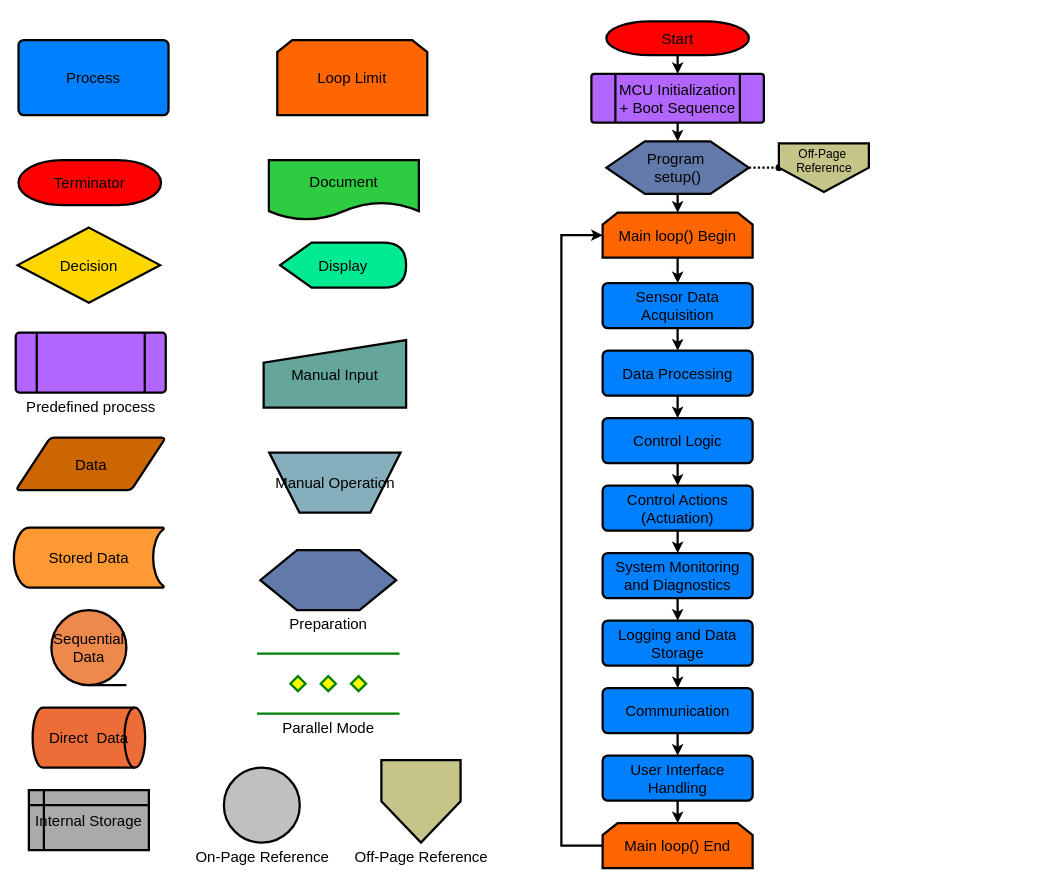
Earlier version of the draw.io diagram software/main/Press_Software_Flow_Diagram.drawio (uwo-fast/desktop-sheet-press). Source tidied: cells renumbered, new cells numbered last; positions are measured from the earlier drawing's top-left corner, leaving out a move shared by most shapes. Both pictures are drawn from the tidied source at 75%, with x=0, y=0 at pixel (14, 21).
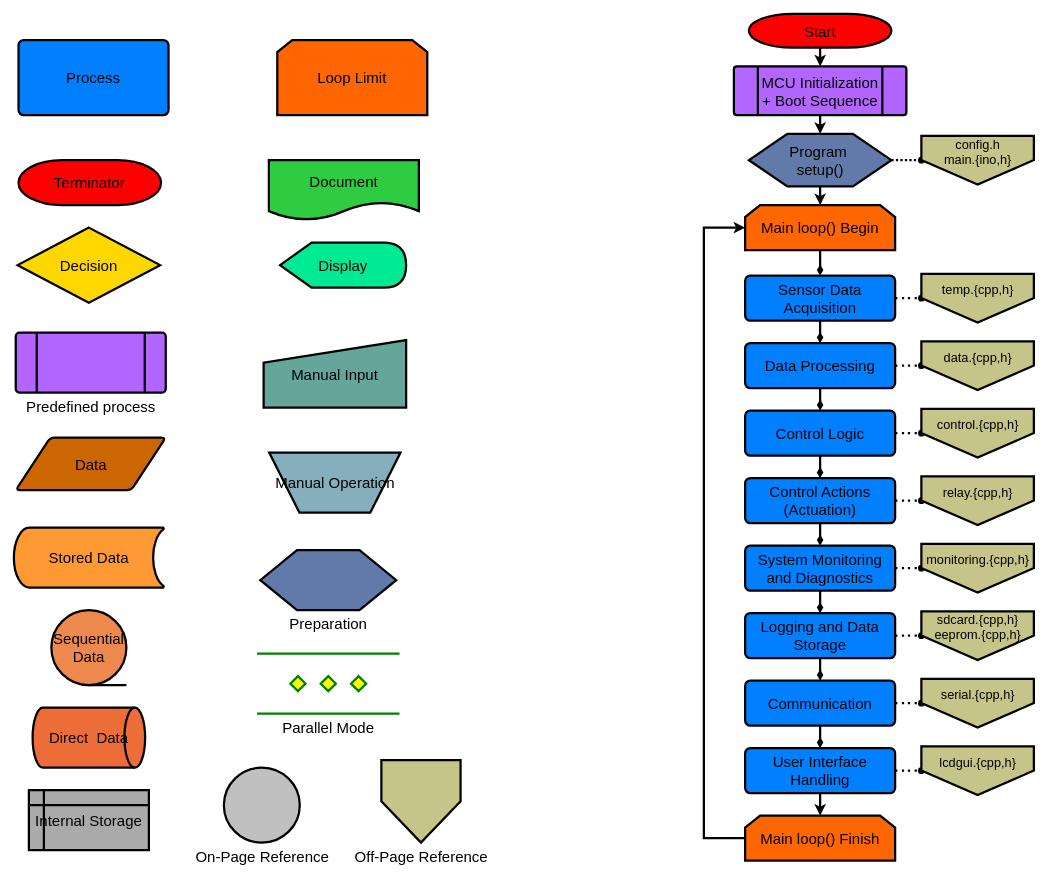
After the change.

What changed in the source:
```diff
@@
     <mxCell id="20" value="Start" style="strokeWidth=3;html=1;shape=mxgraph.flowchart.terminator;whiteSpace=wrap;fillColor=#ff0000;fillStyle=auto;fontSize=20;" parent="1" vertex="1">
-      <mxGeometry x="790" width="190" height="45" as="geometry" />
+      <mxGeometry x="980" y="-10" width="190" height="45" as="geometry" />
     </mxCell>
@@
     <mxCell id="22" value="MCU Initialization + Boot Sequence" style="verticalLabelPosition=middle;verticalAlign=middle;html=1;shape=process;whiteSpace=wrap;rounded=1;size=0.14;arcSize=6;fillColor=#B266FF;fontSize=20;strokeWidth=3;labelPosition=center;align=center;" parent="1" vertex="1">
-      <mxGeometry x="770" y="70" width="230" height="65" as="geometry" />
+      <mxGeometry x="960" y="60" width="230" height="65" as="geometry" />
     </mxCell>
@@
-    <mxCell id="24" style="edgeStyle=orthogonalEdgeStyle;rounded=0;jettySize=auto;html=1;strokeWidth=3;" parent="1" edge="1" source="25" target="29">
+    <mxCell id="24" style="edgeStyle=orthogonalEdgeStyle;rounded=0;jettySize=auto;html=1;strokeWidth=3;endArrow=diamondThin;endFill=1;" parent="1" edge="1" source="25" target="29">
       <mxGeometry relative="1" as="geometry" />
     </mxCell>
     <mxCell id="25" value="Main loop() Begin" style="shape=loopLimit;whiteSpace=wrap;html=1;fillColor=#ff6600;fontSize=20;strokeWidth=3;" parent="1" vertex="1">
-      <mxGeometry x="785" y="255" width="200" height="60" as="geometry" />
+      <mxGeometry x="975" y="245" width="200" height="60" as="geometry" />
     </mxCell>
     <mxCell id="26" style="edgeStyle=elbowEdgeStyle;rounded=0;jettySize=auto;html=1;entryX=0;entryY=0.5;entryDx=0;entryDy=0;exitX=0;exitY=0.5;exitDx=0;exitDy=0;strokeWidth=3;" parent="1" edge="1" source="27" target="25">
       <mxGeometry relative="1" as="geometry">
         <Array as="points">
-          <mxPoint x="730" y="689" />
+          <mxPoint x="920" y="679" />
         </Array>
       </mxGeometry>
     </mxCell>
-    <mxCell id="27" value="Main loop() End" style="shape=loopLimit;whiteSpace=wrap;html=1;fillColor=#ff6600;fontSize=20;strokeWidth=3;" parent="1" vertex="1">
-      <mxGeometry x="785" y="1069" width="200" height="60" as="geometry" />
+    <mxCell id="27" value="Main loop() Finish" style="shape=loopLimit;whiteSpace=wrap;html=1;fillColor=#ff6600;fontSize=20;strokeWidth=3;" parent="1" vertex="1">
+      <mxGeometry x="975" y="1059" width="200" height="60" as="geometry" />
     </mxCell>
-    <mxCell id="28" style="edgeStyle=orthogonalEdgeStyle;rounded=0;jettySize=auto;html=1;strokeWidth=3;" parent="1" edge="1" source="29" target="34">
+    <mxCell id="28" style="edgeStyle=orthogonalEdgeStyle;rounded=0;jettySize=auto;html=1;strokeWidth=3;endArrow=diamondThin;endFill=1;" parent="1" edge="1" source="29" target="34">
       <mxGeometry relative="1" as="geometry" />
     </mxCell>
+    <mxCell id="48" style="edgeStyle=orthogonalEdgeStyle;rounded=0;jettySize=auto;html=1;endArrow=oval;endFill=1;strokeWidth=3;dashed=1;dashPattern=1 2;" parent="1" edge="1" source="29" target="56">
+      <mxGeometry relative="1" as="geometry" />
+    </mxCell>
     <mxCell id="29" value="Sensor Data Acquisition" style="rounded=1;whiteSpace=wrap;html=1;absoluteArcSize=1;arcSize=14;strokeWidth=3;fillColor=#0080ff;fontSize=20;" parent="1" vertex="1">
-      <mxGeometry x="785" y="349" width="200" height="60" as="geometry" />
+      <mxGeometry x="975" y="339" width="200" height="60" as="geometry" />
     </mxCell>
@@
-    <mxCell id="32" value="&lt;div&gt;Program&amp;nbsp;&lt;/div&gt;&lt;div&gt;setup()&lt;/div&gt;" style="verticalLabelPosition=middle;verticalAlign=middle;html=1;shape=hexagon;perimeter=hexagonPerimeter2;arcSize=6;size=0.27;fillColor=#617aa9;fontSize=20;strokeWidth=3;labelPosition=center;align=center;" parent="1" vertex="1">
-      <mxGeometry x="790" y="160" width="190" height="70" as="geometry" />
+    <mxCell id="32" value="&lt;div&gt;Program&amp;nbsp;&lt;/div&gt;&lt;div&gt;setup()&lt;br&gt;&lt;/div&gt;" style="verticalLabelPosition=middle;verticalAlign=middle;html=1;shape=hexagon;perimeter=hexagonPerimeter2;arcSize=6;size=0.27;fillColor=#617aa9;fontSize=20;strokeWidth=3;labelPosition=center;align=center;" parent="1" vertex="1">
+      <mxGeometry x="980" y="150" width="190" height="70" as="geometry" />
     </mxCell>
-    <mxCell id="33" style="edgeStyle=orthogonalEdgeStyle;rounded=0;jettySize=auto;html=1;strokeWidth=3;" parent="1" edge="1" source="34" target="36">
+    <mxCell id="33" style="edgeStyle=orthogonalEdgeStyle;rounded=0;jettySize=auto;html=1;strokeWidth=3;endArrow=diamondThin;endFill=1;" parent="1" edge="1" source="34" target="36">
       <mxGeometry relative="1" as="geometry" />
     </mxCell>
+    <mxCell id="49" style="edgeStyle=orthogonalEdgeStyle;rounded=0;jettySize=auto;html=1;strokeWidth=3;dashed=1;dashPattern=1 2;endArrow=oval;endFill=1;" parent="1" edge="1" source="34" target="57">
+      <mxGeometry relative="1" as="geometry" />
+    </mxCell>
     <mxCell id="34" value="Data Processing" style="rounded=1;whiteSpace=wrap;html=1;absoluteArcSize=1;arcSize=14;strokeWidth=3;fillColor=#0080ff;fontSize=20;" parent="1" vertex="1">
-      <mxGeometry x="785" y="439" width="200" height="60" as="geometry" />
+      <mxGeometry x="975" y="429" width="200" height="60" as="geometry" />
     </mxCell>
-    <mxCell id="35" style="edgeStyle=orthogonalEdgeStyle;rounded=0;jettySize=auto;html=1;strokeWidth=3;" parent="1" edge="1" source="36" target="38">
+    <mxCell id="35" style="edgeStyle=orthogonalEdgeStyle;rounded=0;jettySize=auto;html=1;strokeWidth=3;endArrow=diamondThin;endFill=1;" parent="1" edge="1" source="36" target="38">
       <mxGeometry relative="1" as="geometry" />
     </mxCell>
+    <mxCell id="50" style="edgeStyle=orthogonalEdgeStyle;rounded=0;jettySize=auto;html=1;strokeWidth=3;dashed=1;dashPattern=1 2;endArrow=oval;endFill=1;" parent="1" edge="1" source="36" target="58">
+      <mxGeometry relative="1" as="geometry" />
+    </mxCell>
     <mxCell id="36" value="Control Logic" style="rounded=1;whiteSpace=wrap;html=1;absoluteArcSize=1;arcSize=14;strokeWidth=3;fillColor=#0080ff;fontSize=20;" parent="1" vertex="1">
-      <mxGeometry x="785" y="529" width="200" height="60" as="geometry" />
+      <mxGeometry x="975" y="519" width="200" height="60" as="geometry" />
     </mxCell>
-    <mxCell id="37" style="edgeStyle=orthogonalEdgeStyle;rounded=0;jettySize=auto;html=1;entryX=0.5;entryY=0;entryDx=0;entryDy=0;strokeWidth=3;" parent="1" edge="1" source="38" target="40">
+    <mxCell id="37" style="edgeStyle=orthogonalEdgeStyle;rounded=0;jettySize=auto;html=1;entryX=0.5;entryY=0;entryDx=0;entryDy=0;strokeWidth=3;endArrow=diamondThin;endFill=1;" parent="1" edge="1" source="38" target="40">
       <mxGeometry relative="1" as="geometry" />
     </mxCell>
+    <mxCell id="51" style="edgeStyle=orthogonalEdgeStyle;rounded=0;jettySize=auto;html=1;strokeWidth=3;dashed=1;dashPattern=1 2;endArrow=oval;endFill=1;" parent="1" edge="1" source="38" target="59">
+      <mxGeometry relative="1" as="geometry" />
+    </mxCell>
     <mxCell id="38" value="Control Actions (Actuation)" style="rounded=1;whiteSpace=wrap;html=1;absoluteArcSize=1;arcSize=14;strokeWidth=3;fillColor=#0080ff;fontSize=20;" parent="1" vertex="1">
-      <mxGeometry x="785" y="619" width="200" height="60" as="geometry" />
+      <mxGeometry x="975" y="609" width="200" height="60" as="geometry" />
     </mxCell>
-    <mxCell id="39" style="edgeStyle=orthogonalEdgeStyle;rounded=0;jettySize=auto;html=1;entryX=0.5;entryY=0;entryDx=0;entryDy=0;strokeWidth=3;" parent="1" edge="1" source="40" target="42">
+    <mxCell id="39" style="edgeStyle=orthogonalEdgeStyle;rounded=0;jettySize=auto;html=1;entryX=0.5;entryY=0;entryDx=0;entryDy=0;strokeWidth=3;endArrow=diamondThin;endFill=1;" parent="1" edge="1" source="40" target="42">
       <mxGeometry relative="1" as="geometry" />
     </mxCell>
+    <mxCell id="52" style="edgeStyle=orthogonalEdgeStyle;rounded=0;jettySize=auto;html=1;strokeWidth=3;dashed=1;dashPattern=1 2;endArrow=oval;endFill=1;" parent="1" edge="1" source="40" target="60">
+      <mxGeometry relative="1" as="geometry" />
+    </mxCell>
     <mxCell id="40" value="System Monitoring and Diagnostics" style="rounded=1;whiteSpace=wrap;html=1;absoluteArcSize=1;arcSize=14;strokeWidth=3;fillColor=#0080ff;fontSize=20;" parent="1" vertex="1">
-      <mxGeometry x="785" y="709" width="200" height="60" as="geometry" />
+      <mxGeometry x="975" y="699" width="200" height="60" as="geometry" />
     </mxCell>
-    <mxCell id="41" style="edgeStyle=orthogonalEdgeStyle;rounded=0;jettySize=auto;html=1;entryX=0.5;entryY=0;entryDx=0;entryDy=0;strokeWidth=3;" parent="1" edge="1" source="42" target="44">
+    <mxCell id="41" style="edgeStyle=orthogonalEdgeStyle;rounded=0;jettySize=auto;html=1;entryX=0.5;entryY=0;entryDx=0;entryDy=0;strokeWidth=3;endArrow=diamondThin;endFill=1;" parent="1" edge="1" source="42" target="44">
       <mxGeometry relative="1" as="geometry" />
     </mxCell>
+    <mxCell id="53" style="edgeStyle=orthogonalEdgeStyle;rounded=0;jettySize=auto;html=1;strokeWidth=3;dashed=1;dashPattern=1 2;endArrow=oval;endFill=1;" parent="1" edge="1" source="42" target="61">
+      <mxGeometry relative="1" as="geometry" />
+    </mxCell>
     <mxCell id="42" value="Logging and Data Storage" style="rounded=1;whiteSpace=wrap;html=1;absoluteArcSize=1;arcSize=14;strokeWidth=3;fillColor=#0080ff;fontSize=20;" parent="1" vertex="1">
-      <mxGeometry x="785" y="799" width="200" height="60" as="geometry" />
+      <mxGeometry x="975" y="789" width="200" height="60" as="geometry" />
     </mxCell>
-    <mxCell id="43" style="edgeStyle=orthogonalEdgeStyle;rounded=0;jettySize=auto;html=1;strokeWidth=3;" parent="1" edge="1" source="44" target="46">
+    <mxCell id="43" style="edgeStyle=orthogonalEdgeStyle;rounded=0;jettySize=auto;html=1;strokeWidth=3;endArrow=diamondThin;endFill=1;" parent="1" edge="1" source="44" target="46">
       <mxGeometry relative="1" as="geometry" />
     </mxCell>
+    <mxCell id="54" style="edgeStyle=orthogonalEdgeStyle;rounded=0;jettySize=auto;html=1;strokeWidth=3;dashed=1;dashPattern=1 2;endArrow=oval;endFill=1;" parent="1" edge="1" source="44" target="62">
+      <mxGeometry relative="1" as="geometry" />
+    </mxCell>
     <mxCell id="44" value="Communication" style="rounded=1;whiteSpace=wrap;html=1;absoluteArcSize=1;arcSize=14;strokeWidth=3;fillColor=#0080ff;fontSize=20;" parent="1" vertex="1">
-      <mxGeometry x="785" y="889" width="200" height="60" as="geometry" />
+      <mxGeometry x="975" y="879" width="200" height="60" as="geometry" />
     </mxCell>
-    <mxCell id="45" style="edgeStyle=orthogonalEdgeStyle;rounded=0;jettySize=auto;html=1;strokeWidth=3;" parent="1" edge="1" source="46" target="27">
+    <mxCell id="45" style="edgeStyle=orthogonalEdgeStyle;rounded=0;jettySize=auto;html=1;strokeWidth=3;endArrow=classic;endFill=1;" parent="1" edge="1" source="46" target="27">
       <mxGeometry relative="1" as="geometry" />
     </mxCell>
+    <mxCell id="55" style="edgeStyle=orthogonalEdgeStyle;rounded=0;jettySize=auto;html=1;strokeWidth=3;dashed=1;dashPattern=1 2;endArrow=oval;endFill=1;" parent="1" edge="1" source="46" target="63">
+      <mxGeometry relative="1" as="geometry" />
+    </mxCell>
     <mxCell id="46" value="User Interface Handling" style="rounded=1;whiteSpace=wrap;html=1;absoluteArcSize=1;arcSize=14;strokeWidth=3;fillColor=#0080ff;fontSize=20;" parent="1" vertex="1">
-      <mxGeometry x="785" y="979" width="200" height="60" as="geometry" />
+      <mxGeometry x="975" y="969" width="200" height="60" as="geometry" />
     </mxCell>
-    <mxCell id="47" value="&lt;div style=&quot;font-size: 16px;&quot;&gt;&lt;font style=&quot;font-size: 16px;&quot;&gt;Off-Page&amp;nbsp;&lt;/font&gt;&lt;/div&gt;&lt;div style=&quot;font-size: 16px;&quot;&gt;&lt;font style=&quot;font-size: 16px;&quot;&gt;Reference&lt;/font&gt;&lt;/div&gt;&lt;div style=&quot;font-size: 16px;&quot;&gt;&lt;font style=&quot;font-size: 16px;&quot;&gt;&lt;br&gt;&lt;/font&gt;&lt;/div&gt;" style="verticalLabelPosition=middle;verticalAlign=middle;html=1;shape=offPageConnector;rounded=0;size=0.5;fillColor=#c5c589;fontSize=20;strokeWidth=3;labelPosition=center;align=center;" parent="1" vertex="1">
-      <mxGeometry x="1020" y="162.5" width="120" height="65" as="geometry" />
+    <mxCell id="47" value="&lt;div style=&quot;font-size: 17px;&quot;&gt;config.h&lt;br style=&quot;font-size: 17px;&quot;&gt;&lt;/div&gt;&lt;div style=&quot;font-size: 17px;&quot;&gt;main.{ino,h}&lt;/div&gt;&lt;div style=&quot;font-size: 17px;&quot;&gt;&lt;br style=&quot;font-size: 17px;&quot;&gt;&lt;/div&gt;" style="verticalLabelPosition=middle;verticalAlign=middle;html=1;shape=offPageConnector;rounded=0;size=0.5;fillColor=#c5c589;fontSize=17;strokeWidth=3;labelPosition=center;align=center;" parent="1" vertex="1">
+      <mxGeometry x="1210" y="152.5" width="150" height="65" as="geometry" />
     </mxCell>
+    <mxCell id="56" value="&lt;div style=&quot;font-size: 17px;&quot;&gt;temp.{cpp,h}&lt;/div&gt;&lt;div style=&quot;font-size: 17px;&quot;&gt;&lt;br style=&quot;font-size: 17px;&quot;&gt;&lt;/div&gt;" style="verticalLabelPosition=middle;verticalAlign=middle;html=1;shape=offPageConnector;rounded=0;size=0.5;fillColor=#c5c589;fontSize=17;strokeWidth=3;labelPosition=center;align=center;" parent="1" vertex="1">
+      <mxGeometry x="1210" y="336.5" width="150" height="65" as="geometry" />
+    </mxCell>
+    <mxCell id="57" value="&lt;div style=&quot;font-size: 17px;&quot;&gt;data.{cpp,h}&lt;/div&gt;&lt;div style=&quot;font-size: 17px;&quot;&gt;&lt;br style=&quot;font-size: 17px;&quot;&gt;&lt;/div&gt;" style="verticalLabelPosition=middle;verticalAlign=middle;html=1;shape=offPageConnector;rounded=0;size=0.5;fillColor=#c5c589;fontSize=17;strokeWidth=3;labelPosition=center;align=center;" parent="1" vertex="1">
+      <mxGeometry x="1210" y="426.5" width="150" height="65" as="geometry" />
+    </mxCell>
+    <mxCell id="58" value="&lt;div style=&quot;font-size: 17px;&quot;&gt;control.{cpp,h}&lt;/div&gt;&lt;div style=&quot;font-size: 17px;&quot;&gt;&lt;br style=&quot;font-size: 17px;&quot;&gt;&lt;/div&gt;" style="verticalLabelPosition=middle;verticalAlign=middle;html=1;shape=offPageConnector;rounded=0;size=0.5;fillColor=#c5c589;fontSize=17;strokeWidth=3;labelPosition=center;align=center;" parent="1" vertex="1">
+      <mxGeometry x="1210" y="516.5" width="150" height="65" as="geometry" />
+    </mxCell>
+    <mxCell id="59" value="&lt;div style=&quot;font-size: 17px;&quot;&gt;relay.{cpp,h}&lt;/div&gt;&lt;div style=&quot;font-size: 17px;&quot;&gt;&lt;br style=&quot;font-size: 17px;&quot;&gt;&lt;/div&gt;" style="verticalLabelPosition=middle;verticalAlign=middle;html=1;shape=offPageConnector;rounded=0;size=0.5;fillColor=#c5c589;fontSize=17;strokeWidth=3;labelPosition=center;align=center;" parent="1" vertex="1">
+      <mxGeometry x="1210" y="606.5" width="150" height="65" as="geometry" />
+    </mxCell>
+    <mxCell id="60" value="&lt;div style=&quot;font-size: 17px;&quot;&gt;monitoring.{cpp,h}&lt;/div&gt;&lt;div style=&quot;font-size: 17px;&quot;&gt;&lt;br style=&quot;font-size: 17px;&quot;&gt;&lt;/div&gt;" style="verticalLabelPosition=middle;verticalAlign=middle;html=1;shape=offPageConnector;rounded=0;size=0.5;fillColor=#c5c589;fontSize=17;strokeWidth=3;labelPosition=center;align=center;" parent="1" vertex="1">
+      <mxGeometry x="1210" y="696.5" width="150" height="65" as="geometry" />
+    </mxCell>
+    <mxCell id="61" value="&lt;div style=&quot;font-size: 17px;&quot;&gt;sdcard.{cpp,h}&lt;/div&gt;&lt;div style=&quot;font-size: 17px;&quot;&gt;eeprom.{cpp,h}&lt;/div&gt;&lt;div style=&quot;font-size: 17px;&quot;&gt;&lt;br style=&quot;font-size: 17px;&quot;&gt;&lt;/div&gt;" style="verticalLabelPosition=middle;verticalAlign=middle;html=1;shape=offPageConnector;rounded=0;size=0.5;fillColor=#c5c589;fontSize=17;strokeWidth=3;labelPosition=center;align=center;" parent="1" vertex="1">
+      <mxGeometry x="1210" y="786.5" width="150" height="65" as="geometry" />
+    </mxCell>
+    <mxCell id="62" value="&lt;div style=&quot;font-size: 17px;&quot;&gt;serial.{cpp,h}&lt;/div&gt;&lt;div style=&quot;font-size: 17px;&quot;&gt;&lt;br style=&quot;font-size: 17px;&quot;&gt;&lt;/div&gt;" style="verticalLabelPosition=middle;verticalAlign=middle;html=1;shape=offPageConnector;rounded=0;size=0.5;fillColor=#c5c589;fontSize=17;strokeWidth=3;labelPosition=center;align=center;" parent="1" vertex="1">
+      <mxGeometry x="1210" y="876.5" width="150" height="65" as="geometry" />
+    </mxCell>
+    <mxCell id="63" value="&lt;div style=&quot;font-size: 17px;&quot;&gt;&lt;div style=&quot;font-size: 17px;&quot;&gt;lcdgui.{cpp,h}&lt;/div&gt;&lt;/div&gt;&lt;div style=&quot;font-size: 17px;&quot;&gt;&lt;br style=&quot;font-size: 17px;&quot;&gt;&lt;/div&gt;" style="verticalLabelPosition=middle;verticalAlign=middle;html=1;shape=offPageConnector;rounded=0;size=0.5;fillColor=#c5c589;fontSize=17;strokeWidth=3;labelPosition=center;align=center;" parent="1" vertex="1">
+      <mxGeometry x="1210" y="966.5" width="150" height="65" as="geometry" />
+    </mxCell>
```
